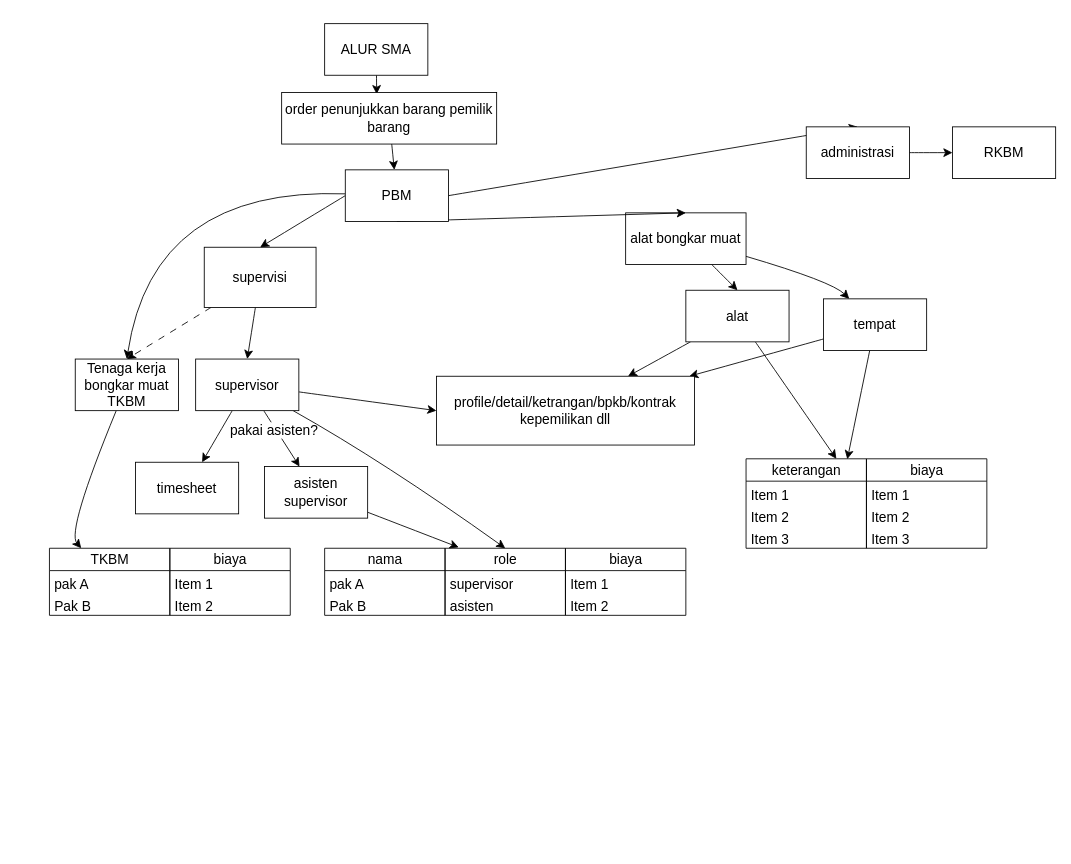
mieburungdara/draw.io_transaksipuitang keeps this draw.io diagram as page "Page-1" (1 of 2) of Untitled Diagram.drawio. Above is the earlier version. Source tidied: cells renumbered, new cells numbered last; positions are measured from the earlier drawing's top-left corner, leaving out a move shared by most shapes. Both pictures are drawn from the tidied source at 86%, with x=0, y=0 at pixel (49, 23).
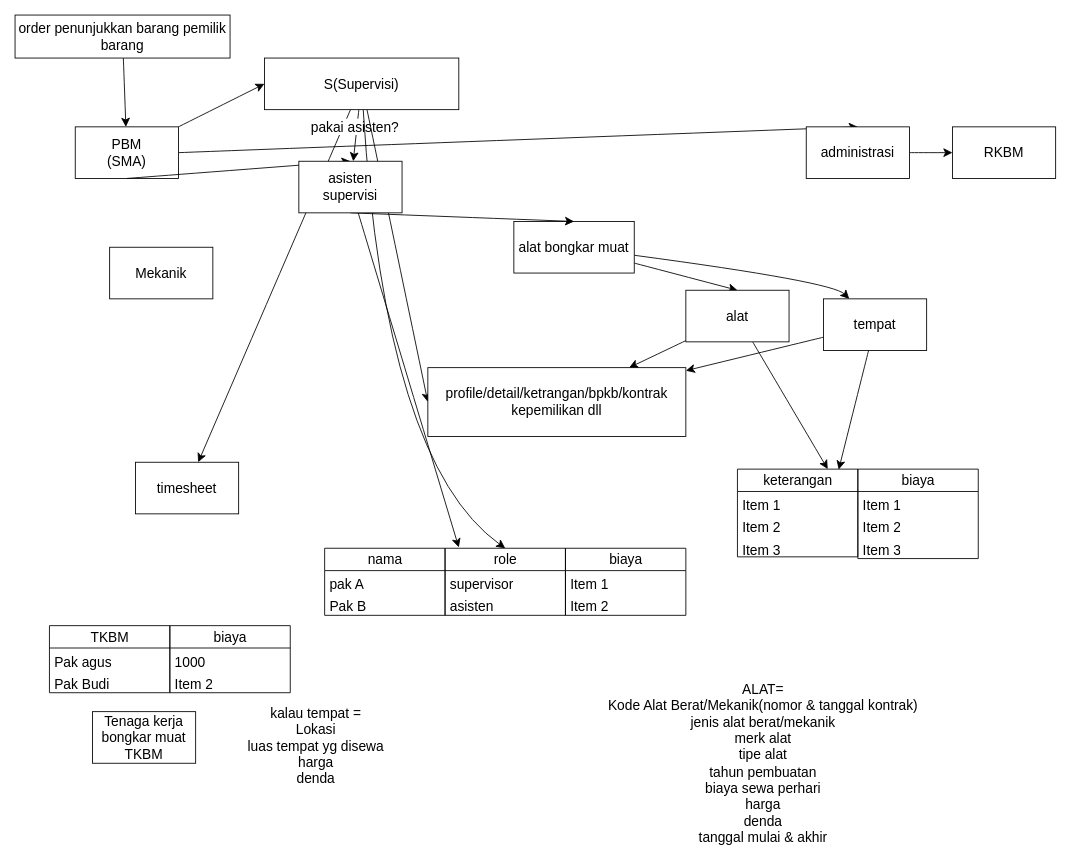
Above is the later version.

Unchanged cells that the change refers to:
```xml
<mxCell id="35" value="TKBM" style="swimlane;fontStyle=0;horizontal=1;startSize=26;fillColor=none;html=1;fontSize=16;" parent="34" vertex="1">
  <mxGeometry width="140" height="78" as="geometry" />
</mxCell>
<mxCell id="38" value="biaya" style="swimlane;fontStyle=0;horizontal=1;startSize=26;fillColor=none;html=1;fontSize=16;" parent="34" vertex="1">
  <mxGeometry x="140" width="140" height="78" as="geometry" />
</mxCell>
```

The edit, as a diff of the source:
```diff
@@
-    <mxCell id="2" style="edgeStyle=none;curved=1;rounded=0;jettySize=auto;html=1;entryX=0.442;entryY=0.033;entryDx=0;entryDy=0;entryPerimeter=0;fontSize=12;startSize=8;endSize=8;" parent="1" edge="1" source="3" target="20">
-      <mxGeometry relative="1" as="geometry" />
-    </mxCell>
-    <mxCell id="3" value="ALUR SMA" style="rounded=0;whiteSpace=wrap;html=1;fontSize=16;" parent="1" vertex="1">
-      <mxGeometry x="320" width="120" height="60" as="geometry" />
-    </mxCell>
-    <mxCell id="4" style="edgeStyle=none;curved=1;rounded=0;jettySize=auto;html=1;entryX=0.5;entryY=0;entryDx=0;entryDy=0;fontSize=12;startSize=8;endSize=8;" parent="1" edge="1" source="6" target="12">
-      <mxGeometry relative="1" as="geometry" />
-    </mxCell>
-    <mxCell id="5" style="edgeStyle=none;curved=1;rounded=0;jettySize=auto;html=1;entryX=0.5;entryY=0;entryDx=0;entryDy=0;fontSize=12;startSize=8;endSize=8;dashed=1;dashPattern=8 8;" parent="1" edge="1" source="6" target="30">
-      <mxGeometry relative="1" as="geometry" />
-    </mxCell>
-    <mxCell id="6" value="supervisi" style="rounded=0;whiteSpace=wrap;html=1;fontSize=16;" parent="1" vertex="1">
-      <mxGeometry x="180" y="260" width="130" height="70" as="geometry" />
-    </mxCell>
@@
-    <mxCell id="12" value="supervisor" style="rounded=0;whiteSpace=wrap;html=1;fontSize=16;" parent="1" vertex="1">
-      <mxGeometry x="170" y="390" width="120" height="60" as="geometry" />
+    <mxCell id="12" value="S(Supervisi)" style="rounded=0;whiteSpace=wrap;html=1;fontSize=16;" parent="1" vertex="1">
+      <mxGeometry x="250" y="40" width="226" height="60" as="geometry" />
     </mxCell>
@@
     <mxCell id="15" value="alat bongkar muat" style="rounded=0;whiteSpace=wrap;html=1;fontSize=16;" parent="1" vertex="1">
-      <mxGeometry x="670" y="220" width="140" height="60" as="geometry" />
+      <mxGeometry x="540" y="230" width="140" height="60" as="geometry" />
     </mxCell>
-    <mxCell id="16" style="edgeStyle=none;curved=1;rounded=0;jettySize=auto;html=1;entryX=0.5;entryY=0;entryDx=0;entryDy=0;fontSize=12;startSize=8;endSize=8;exitX=0;exitY=0.5;exitDx=0;exitDy=0;" parent="1" edge="1" source="52" target="6">
-      <mxGeometry relative="1" as="geometry" />
-    </mxCell>
-    <mxCell id="17" style="edgeStyle=none;curved=1;rounded=0;jettySize=auto;html=1;entryX=0.5;entryY=0;entryDx=0;entryDy=0;fontSize=12;startSize=8;endSize=8;exitX=0.5;exitY=1;exitDx=0;exitDy=0;" parent="1" edge="1" source="52" target="15">
+    <mxCell id="17" style="edgeStyle=none;curved=1;rounded=0;jettySize=auto;html=1;entryX=0.5;entryY=0;entryDx=0;entryDy=0;fontSize=12;startSize=8;endSize=8;exitX=0.5;exitY=1;exitDx=0;exitDy=0;" parent="1" edge="1" source="33" target="15">
       <mxGeometry relative="1" as="geometry" />
     </mxCell>
@@
     <mxCell id="20" value="order penunjukkan barang pemilik barang" style="rounded=0;whiteSpace=wrap;html=1;fontSize=16;" parent="1" vertex="1">
-      <mxGeometry x="270" y="80" width="250" height="60" as="geometry" />
+      <mxGeometry x="-40" y="-10" width="250" height="50" as="geometry" />
     </mxCell>
@@
-    <mxCell id="29" style="edgeStyle=none;curved=1;rounded=0;jettySize=auto;html=1;fontSize=12;startSize=8;endSize=8;" parent="1" edge="1" source="30" target="35">
-      <mxGeometry relative="1" as="geometry">
-        <Array as="points">
-          <mxPoint x="20" y="590" />
-        </Array>
-      </mxGeometry>
-    </mxCell>
     <mxCell id="30" value="Tenaga kerja bongkar muat TKBM" style="rounded=0;whiteSpace=wrap;html=1;fontSize=16;" parent="1" vertex="1">
-      <mxGeometry x="30" y="390" width="120" height="60" as="geometry" />
+      <mxGeometry x="50" y="800" width="120" height="60" as="geometry" />
     </mxCell>
@@
-    <mxCell id="33" value="asisten supervisor" style="rounded=0;whiteSpace=wrap;html=1;fontSize=16;" parent="1" vertex="1">
-      <mxGeometry x="250" y="515" width="120" height="60" as="geometry" />
-    </mxCell>
     <mxCell id="34" style="group;" parent="1" vertex="1">
-      <mxGeometry y="610" width="280" height="78" as="geometry" />
+      <mxGeometry y="700" width="280" height="78" as="geometry" />
     </mxCell>
@@
-    <mxCell id="36" value="pak A" style="text;strokeColor=none;fillColor=none;align=left;verticalAlign=top;spacingLeft=4;spacingRight=4;overflow=hidden;whiteSpace=wrap;html=1;fontSize=16;" parent="35" vertex="1">
+    <mxCell id="36" value="Pak agus" style="text;strokeColor=none;fillColor=none;align=left;verticalAlign=top;spacingLeft=4;spacingRight=4;overflow=hidden;whiteSpace=wrap;html=1;fontSize=16;" parent="35" vertex="1">
       <mxGeometry y="26" width="140" height="26" as="geometry" />
     </mxCell>
-    <mxCell id="37" value="Pak B" style="text;strokeColor=none;fillColor=none;align=left;verticalAlign=top;spacingLeft=4;spacingRight=4;overflow=hidden;whiteSpace=wrap;html=1;fontSize=16;" parent="35" vertex="1">
+    <mxCell id="37" value="Pak Budi" style="text;strokeColor=none;fillColor=none;align=left;verticalAlign=top;spacingLeft=4;spacingRight=4;overflow=hidden;whiteSpace=wrap;html=1;fontSize=16;" parent="35" vertex="1">
       <mxGeometry y="52" width="140" height="26" as="geometry" />
     </mxCell>
@@
-    <mxCell id="39" value="Item 1" style="text;strokeColor=none;fillColor=none;align=left;verticalAlign=top;spacingLeft=4;spacingRight=4;overflow=hidden;whiteSpace=wrap;html=1;fontSize=16;" parent="38" vertex="1">
+    <mxCell id="39" value="1000" style="text;strokeColor=none;fillColor=none;align=left;verticalAlign=top;spacingLeft=4;spacingRight=4;overflow=hidden;whiteSpace=wrap;html=1;fontSize=16;" parent="38" vertex="1">
       <mxGeometry y="26" width="140" height="26" as="geometry" />
     </mxCell>
@@
-    <mxCell id="51" style="edgeStyle=none;curved=1;rounded=0;jettySize=auto;html=1;entryX=0.5;entryY=0;entryDx=0;entryDy=0;fontSize=12;startSize=8;endSize=8;" parent="1" edge="1" source="52" target="30">
-      <mxGeometry relative="1" as="geometry">
-        <Array as="points">
-          <mxPoint x="120" y="190" />
-        </Array>
-      </mxGeometry>
-    </mxCell>
+    <mxCell id="64" style="edgeStyle=none;curved=1;rounded=0;jettySize=auto;html=1;entryX=0;entryY=0.5;entryDx=0;entryDy=0;fontSize=12;startSize=8;endSize=8;" parent="1" edge="1" source="52" target="12">
+      <mxGeometry relative="1" as="geometry" />
+    </mxCell>
-    <mxCell id="52" value="PBM" style="rounded=0;whiteSpace=wrap;html=1;fontSize=16;" parent="1" vertex="1">
-      <mxGeometry x="344" y="170" width="120" height="60" as="geometry" />
+    <mxCell id="52" value="PBM&lt;br&gt;(SMA)" style="rounded=0;whiteSpace=wrap;html=1;fontSize=16;" parent="1" vertex="1">
+      <mxGeometry x="30" y="120" width="120" height="60" as="geometry" />
     </mxCell>
     <mxCell id="53" value="profile/detail/ketrangan/bpkb/kontrak kepemilikan dll" style="rounded=0;whiteSpace=wrap;html=1;fontSize=16;" parent="1" vertex="1">
-      <mxGeometry x="450" y="410" width="300" height="80" as="geometry" />
+      <mxGeometry x="440" y="400" width="300" height="80" as="geometry" />
     </mxCell>
@@
     <mxCell id="55" style="group;" parent="1" vertex="1">
-      <mxGeometry x="810" y="506" width="280" height="104" as="geometry" />
+      <mxGeometry x="800" y="518" width="280" height="104" as="geometry" />
     </mxCell>
     <mxCell id="56" value="keterangan" style="swimlane;fontStyle=0;horizontal=1;startSize=26;fillColor=none;html=1;fontSize=16;" parent="55" vertex="1">
-      <mxGeometry width="140" height="104" as="geometry" />
+      <mxGeometry width="140" height="102" as="geometry" />
     </mxCell>
@@
     <mxCell id="59" value="Item 3" style="text;strokeColor=none;fillColor=none;align=left;verticalAlign=top;spacingLeft=4;spacingRight=4;overflow=hidden;whiteSpace=wrap;html=1;fontSize=16;" parent="56" vertex="1">
-      <mxGeometry y="78" width="140" height="26" as="geometry" />
+      <mxGeometry y="78" width="140" height="24" as="geometry" />
     </mxCell>
@@
+    <mxCell id="65" value="kalau tempat =&lt;br&gt;Lokasi&lt;br&gt;luas tempat yg disewa&lt;br&gt;harga&lt;br&gt;denda" style="text;html=1;strokeColor=none;fillColor=none;align=center;verticalAlign=middle;whiteSpace=wrap;rounded=0;fontSize=16;" parent="1" vertex="1">
+      <mxGeometry x="100" y="790" width="420" height="100" as="geometry" />
+    </mxCell>
+    <mxCell id="66" value="ALAT=&lt;br&gt;Kode Alat Berat/Mekanik(nomor &amp;amp; tanggal kontrak)&lt;br style=&quot;border-color: var(--border-color);&quot;&gt;jenis alat berat/mekanik&lt;br&gt;merk alat&lt;br&gt;tipe alat&lt;br&gt;tahun pembuatan&lt;br&gt;biaya sewa perhari&lt;br&gt;harga&lt;br&gt;denda&lt;br&gt;tanggal mulai &amp;amp; akhir" style="text;html=1;strokeColor=none;fillColor=none;align=center;verticalAlign=middle;whiteSpace=wrap;rounded=0;fontSize=16;" parent="1" vertex="1">
+      <mxGeometry x="600" y="760" width="460" height="200" as="geometry" />
+    </mxCell>
+    <mxCell id="67" style="edgeStyle=none;curved=1;rounded=0;jettySize=auto;html=1;entryX=0.5;entryY=0;entryDx=0;entryDy=0;fontSize=12;startSize=8;endSize=8;exitX=0.5;exitY=1;exitDx=0;exitDy=0;" parent="1" edge="1" source="52" target="33">
+      <mxGeometry relative="1" as="geometry" />
+    </mxCell>
+    <mxCell id="33" value="asisten supervisi" style="rounded=0;whiteSpace=wrap;html=1;fontSize=16;" parent="1" vertex="1">
+      <mxGeometry x="290" y="160" width="120" height="60" as="geometry" />
+    </mxCell>
+    <mxCell id="68" value="Mekanik" style="rounded=0;whiteSpace=wrap;html=1;fontSize=16;" parent="1" vertex="1">
+      <mxGeometry x="70" y="260" width="120" height="60" as="geometry" />
+    </mxCell>
```
